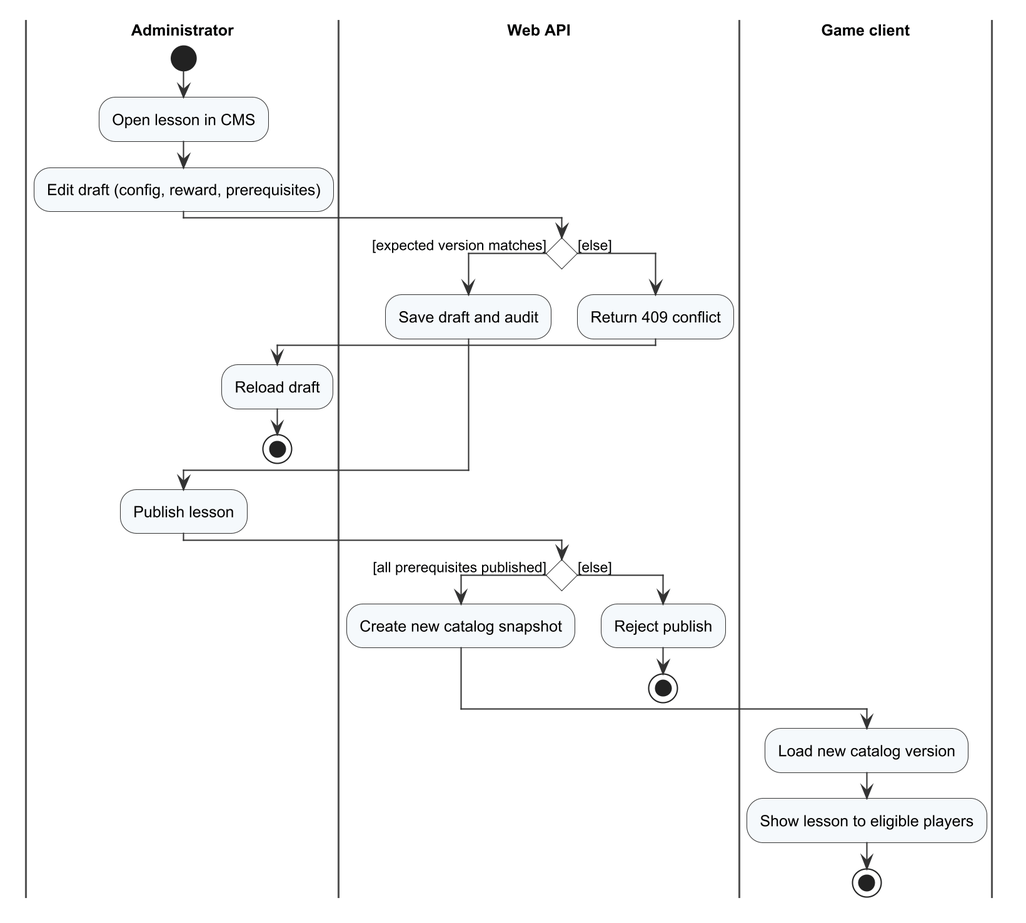
Before: Doc/Project_report/Report/diagrams/png/r4_act_content.png, a diagram exported from PlantUML (Tad-Min/PickleVerse).
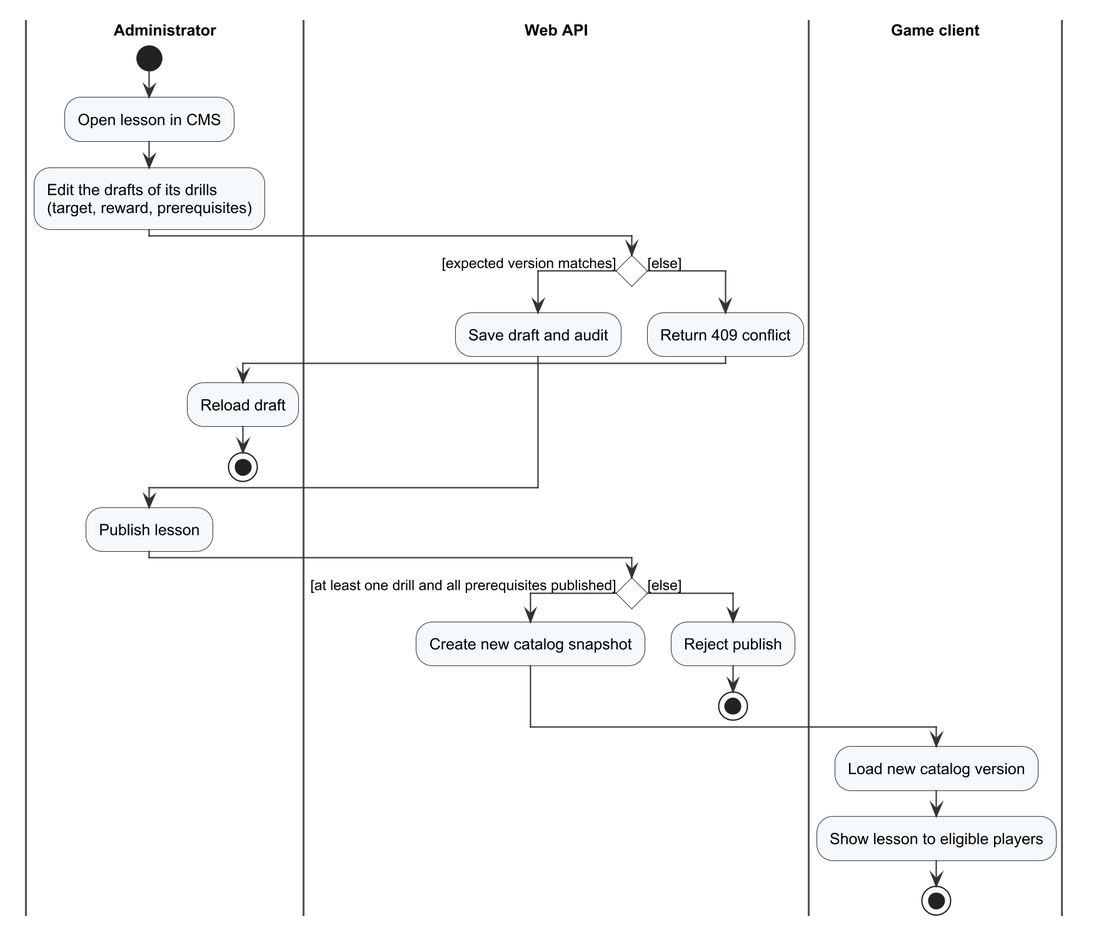
The same file after the commit.

The edit, as a diff of the source:
```diff
@@ -3,7 +3,7 @@
 |Administrator|
 start
 :Open lesson in CMS;
-:Edit draft (config, reward, prerequisites);
+:Edit the drafts of its drills\n(target, reward, prerequisites);
 |Web API|
 if () then ([expected version matches])
   :Save draft and audit;
@@ -16,7 +16,7 @@
 |Administrator|
 :Publish lesson;
 |Web API|
-if () then ([all prerequisites published])
+if () then ([at least one drill and all prerequisites published])
   :Create new catalog snapshot;
 else ([else])
   :Reject publish;
```
